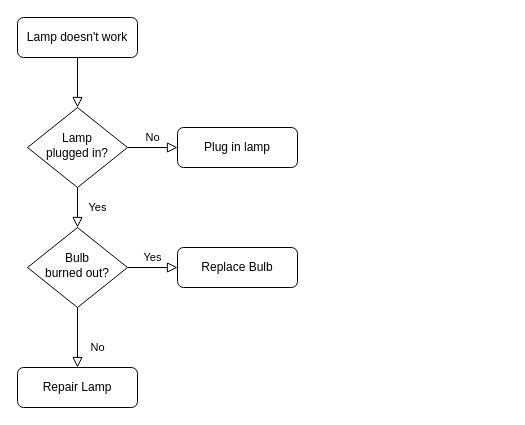
Eitagil/-exercicios_js keeps this draw.io diagram as Diagrama sem título.drawio. Above is the earlier version. Source tidied: cells renumbered, new cells numbered last; positions are measured from the earlier drawing's top-left corner, leaving out a move shared by most shapes. Both pictures are drawn from the tidied source at 100%, with x=0, y=0 at pixel (17, 17).
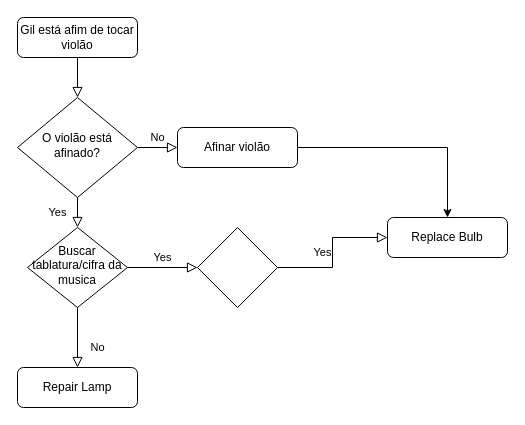
The same page after the edit.

Commit message:
fluxograma resilia

Diff of the diagram source:
```diff
@@
 <mxGraphModel>
   <root>
     <mxCell id="0" />
     <mxCell id="1" parent="0" />
     <mxCell id="2" style="rounded=0;html=1;jettySize=auto;fontSize=11;endArrow=block;endFill=0;endSize=8;strokeWidth=1;shadow=0;labelBackgroundColor=none;edgeStyle=orthogonalEdgeStyle;" parent="1" edge="1" source="3" target="6">
       <mxGeometry relative="1" as="geometry" />
     </mxCell>
-    <mxCell id="3" value="Lamp doesn't work" style="rounded=1;whiteSpace=wrap;html=1;fontSize=12;glass=0;strokeWidth=1;shadow=0;" parent="1" vertex="1">
+    <mxCell id="3" value="Gil está afim de tocar violão" style="rounded=1;whiteSpace=wrap;html=1;fontSize=12;glass=0;strokeWidth=1;shadow=0;" parent="1" vertex="1">
       <mxGeometry width="120" height="40" as="geometry" />
     </mxCell>
     <mxCell id="4" value="Yes" style="rounded=0;html=1;jettySize=auto;fontSize=11;endArrow=block;endFill=0;endSize=8;strokeWidth=1;shadow=0;labelBackgroundColor=none;edgeStyle=orthogonalEdgeStyle;" parent="1" edge="1" source="6" target="10">
       <mxGeometry y="20" relative="1" as="geometry" />
     </mxCell>
     <mxCell id="5" value="No" style="edgeStyle=orthogonalEdgeStyle;rounded=0;html=1;jettySize=auto;fontSize=11;endArrow=block;endFill=0;endSize=8;strokeWidth=1;shadow=0;labelBackgroundColor=none;" parent="1" edge="1" source="6" target="7">
       <mxGeometry y="10" relative="1" as="geometry" />
     </mxCell>
-    <mxCell id="6" value="Lamp&lt;br&gt;plugged in?" style="rhombus;whiteSpace=wrap;html=1;shadow=0;fontFamily=Helvetica;fontSize=12;align=center;strokeWidth=1;spacing=6;spacingTop=-4;" parent="1" vertex="1">
-      <mxGeometry x="10" y="90" width="100" height="80" as="geometry" />
+    <mxCell id="6" value="O violão está afinado?" style="rhombus;whiteSpace=wrap;html=1;shadow=0;fontFamily=Helvetica;fontSize=12;align=center;strokeWidth=1;spacing=6;spacingTop=-4;" parent="1" vertex="1">
+      <mxGeometry y="80" width="120" height="100" as="geometry" />
     </mxCell>
+    <mxCell id="13" style="edgeStyle=orthogonalEdgeStyle;rounded=0;jettySize=auto;html=1;" parent="1" edge="1" source="7" target="12">
+      <mxGeometry relative="1" as="geometry" />
+    </mxCell>
-    <mxCell id="7" value="Plug in lamp" style="rounded=1;whiteSpace=wrap;html=1;fontSize=12;glass=0;strokeWidth=1;shadow=0;" parent="1" vertex="1">
+    <mxCell id="7" value="Afinar violão" style="rounded=1;whiteSpace=wrap;html=1;fontSize=12;glass=0;strokeWidth=1;shadow=0;" parent="1" vertex="1">
       <mxGeometry x="160" y="110" width="120" height="40" as="geometry" />
     </mxCell>
     <mxCell id="8" value="No" style="rounded=0;html=1;jettySize=auto;fontSize=11;endArrow=block;endFill=0;endSize=8;strokeWidth=1;shadow=0;labelBackgroundColor=none;edgeStyle=orthogonalEdgeStyle;" parent="1" edge="1" source="10" target="11">
       <mxGeometry x="0.33" y="20" relative="1" as="geometry" />
     </mxCell>
-    <mxCell id="9" value="Yes" style="edgeStyle=orthogonalEdgeStyle;rounded=0;html=1;jettySize=auto;fontSize=11;endArrow=block;endFill=0;endSize=8;strokeWidth=1;shadow=0;labelBackgroundColor=none;" parent="1" edge="1" source="10" target="12">
+    <mxCell id="9" value="Yes" style="edgeStyle=orthogonalEdgeStyle;rounded=0;html=1;jettySize=auto;fontSize=11;endArrow=block;endFill=0;endSize=8;strokeWidth=1;shadow=0;labelBackgroundColor=none;" parent="1" edge="1" source="14" target="12">
       <mxGeometry y="10" relative="1" as="geometry" />
     </mxCell>
-    <mxCell id="10" value="Bulb&lt;br&gt;burned out?" style="rhombus;whiteSpace=wrap;html=1;shadow=0;fontFamily=Helvetica;fontSize=12;align=center;strokeWidth=1;spacing=6;spacingTop=-4;" parent="1" vertex="1">
+    <mxCell id="10" value="Buscar tablatura/cifra da musica" style="rhombus;whiteSpace=wrap;html=1;shadow=0;fontFamily=Helvetica;fontSize=12;align=center;strokeWidth=1;spacing=6;spacingTop=-4;" parent="1" vertex="1">
       <mxGeometry x="10" y="210" width="100" height="80" as="geometry" />
     </mxCell>
     <mxCell id="11" value="Repair Lamp" style="rounded=1;whiteSpace=wrap;html=1;fontSize=12;glass=0;strokeWidth=1;shadow=0;" parent="1" vertex="1">
       <mxGeometry y="350" width="120" height="40" as="geometry" />
     </mxCell>
     <mxCell id="12" value="Replace Bulb" style="rounded=1;whiteSpace=wrap;html=1;fontSize=12;glass=0;strokeWidth=1;shadow=0;" parent="1" vertex="1">
-      <mxGeometry x="160" y="230" width="120" height="40" as="geometry" />
+      <mxGeometry x="370" y="200" width="120" height="40" as="geometry" />
     </mxCell>
+    <mxCell id="14" style="rhombus;whiteSpace=wrap;html=1;" parent="1" vertex="1">
+      <mxGeometry x="180" y="210" width="80" height="80" as="geometry" />
+    </mxCell>
+    <mxCell id="15" value="Yes" style="edgeStyle=orthogonalEdgeStyle;rounded=0;html=1;jettySize=auto;fontSize=11;endArrow=block;endFill=0;endSize=8;strokeWidth=1;shadow=0;labelBackgroundColor=none;" parent="1" edge="1" source="10" target="14">
+      <mxGeometry y="10" relative="1" as="geometry" />
+    </mxCell>
   </root>
 </mxGraphModel>
```
